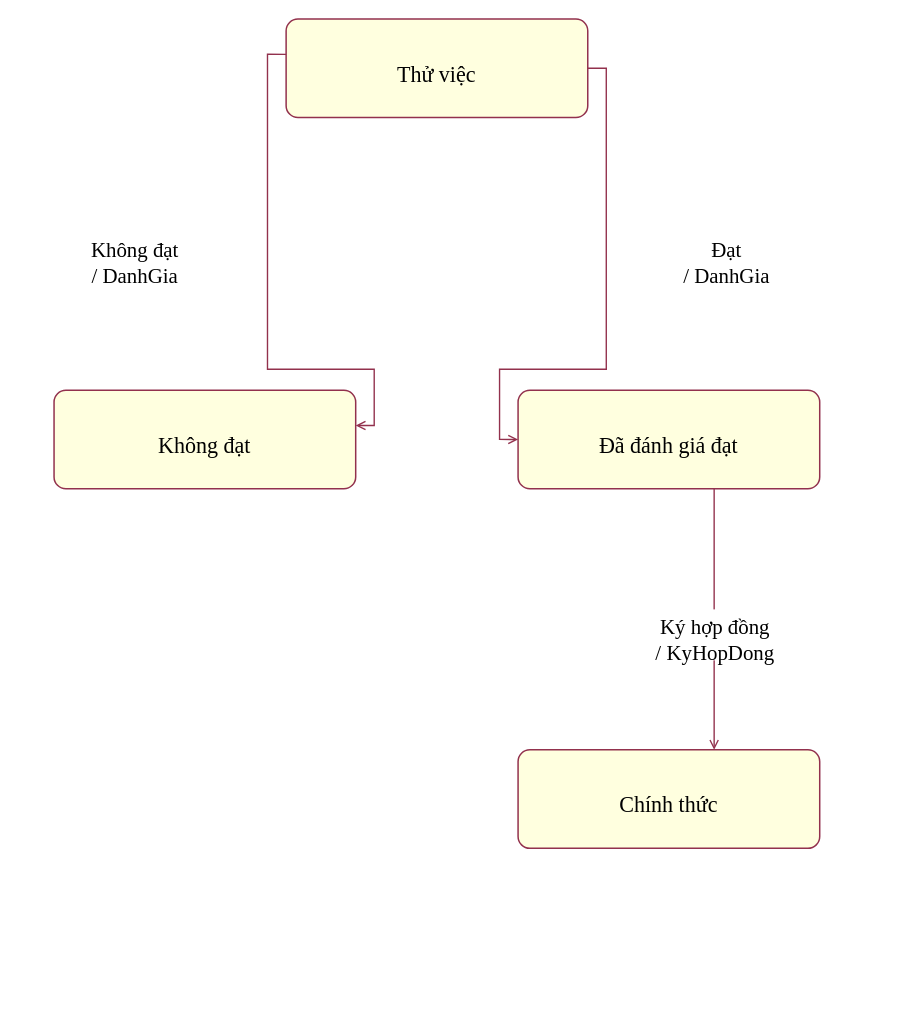
This is LAB7/UML/10_TrangThai_NhanVien.drawio from kanishere55/LAB_AT_OOSD, a draw.io file, before an edit. Source tidied: cells renumbered, new cells numbered last; positions are measured from the earlier drawing's top-left corner, leaving out a move shared by most shapes. Both pictures are drawn from the tidied source at 115%, with x=0, y=0 at pixel (54, 18).
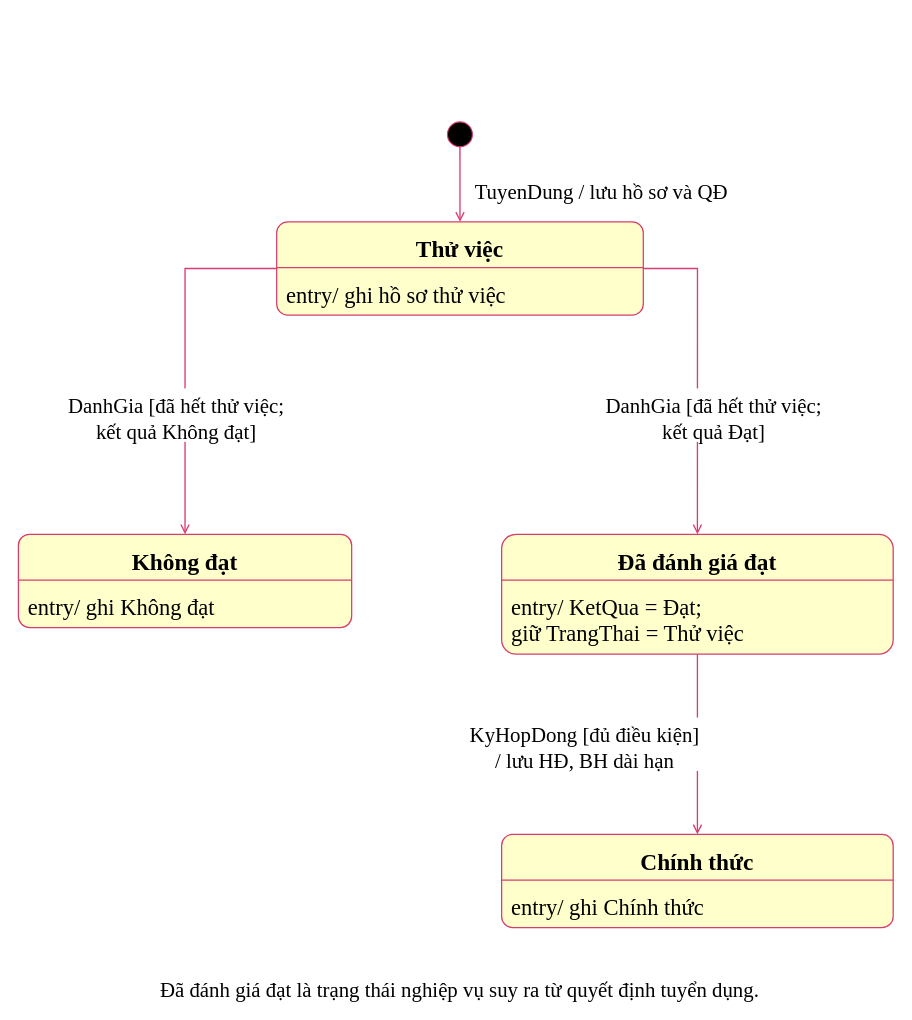
The same page after the edit.

What changed in the source:
```diff
@@
-    <mxCell id="2" style="html=0;fillColor=#ffffdf;strokeColor=#92314d;strokeWidth=1.3;fontFamily=Times New Roman;rounded=1;arcSize=12;" parent="1" vertex="1">
-      <mxGeometry x="201.3" width="262.3" height="85.7" as="geometry" />
-    </mxCell>
+    <mxCell id="16" style="group;html=0;" parent="1" vertex="1">
+      <mxGeometry x="341.6" y="89.5" width="21.7" height="21.7" as="geometry" />
+    </mxCell>
-    <mxCell id="3" value="Thử việc" style="text;html=0;strokeColor=none;fillColor=none;fontFamily=Times New Roman;fontSize=19.16625;fontStyle=0;align=center;verticalAlign=top;spacing=0;whiteSpace=nowrap;overflow=visible;" parent="1" vertex="1">
-      <mxGeometry x="285.4" y="31.8" width="93.9" height="23.4" as="geometry" />
+    <mxCell id="3" style="shape=ellipse;fillColor=#000000;strokeColor=#d83d70;" parent="16" vertex="1">
+      <mxGeometry width="21.7" height="21.7" as="geometry" />
     </mxCell>
-    <mxCell id="4" style="html=0;fillColor=#ffffdf;strokeColor=#92314d;strokeWidth=1.3;fontFamily=Times New Roman;rounded=1;arcSize=12;" parent="1" vertex="1">
-      <mxGeometry x="-0.5" y="322.8" width="262.3" height="85.7" as="geometry" />
-    </mxCell>
+    <mxCell id="17" style="group;html=0;" parent="1" vertex="1">
+      <mxGeometry x="193.1" y="176.4" width="318.8" height="81.1" as="geometry" />
+    </mxCell>
-    <mxCell id="5" value="Không đạt" style="text;html=0;strokeColor=none;fillColor=none;fontFamily=Times New Roman;fontSize=19.16625;fontStyle=0;align=center;verticalAlign=top;spacing=0;whiteSpace=nowrap;overflow=visible;" parent="1" vertex="1">
-      <mxGeometry x="78.3" y="354.6" width="104.7" height="23.4" as="geometry" />
+    <mxCell id="5" style="rounded=1;arcSize=12;html=0;fillColor=#ffffcc;strokeColor=#d83d70;strokeWidth=1.087;" parent="17" vertex="1">
+      <mxGeometry width="318.8" height="81.1" as="geometry" />
     </mxCell>
-    <mxCell id="6" style="html=0;fillColor=#ffffdf;strokeColor=#92314d;strokeWidth=1.3;fontFamily=Times New Roman;rounded=1;arcSize=12;" parent="1" vertex="1">
-      <mxGeometry x="403" y="322.8" width="262.3" height="85.7" as="geometry" />
-    </mxCell>
-    <mxCell id="7" value="Đã đánh giá đạt" style="text;html=0;strokeColor=none;fillColor=none;fontFamily=Times New Roman;fontSize=19.16625;fontStyle=0;align=center;verticalAlign=top;spacing=0;whiteSpace=nowrap;overflow=visible;" parent="1" vertex="1">
-      <mxGeometry x="449.6" y="354.6" width="169.1" height="23.4" as="geometry" />
+    <mxCell id="7" value="Thử việc" style="text;html=0;strokeColor=none;fillColor=none;fontFamily=Times New Roman;fontColor=#000000;fontSize=20.287;fontStyle=1;align=center;verticalAlign=top;spacing=0;whiteSpace=nowrap;overflow=visible;" parent="17" vertex="1">
+      <mxGeometry x="119.3" y="7.2" width="80.2" height="27.6" as="geometry" />
     </mxCell>
-    <mxCell id="8" style="html=0;fillColor=#ffffdf;strokeColor=#92314d;strokeWidth=1.3;fontFamily=Times New Roman;rounded=1;arcSize=12;" parent="1" vertex="1">
-      <mxGeometry x="403" y="635.5" width="262.3" height="85.7" as="geometry" />
-    </mxCell>
-    <mxCell id="9" value="Chính thức" style="text;html=0;strokeColor=none;fillColor=none;fontFamily=Times New Roman;fontSize=19.16625;fontStyle=0;align=center;verticalAlign=top;spacing=0;whiteSpace=nowrap;overflow=visible;" parent="1" vertex="1">
-      <mxGeometry x="476.5" y="667.3" width="115.4" height="23.4" as="geometry" />
+    <mxCell id="9" style="edgeStyle=none;noEdgeStyle=1;rounded=0;strokeColor=#d83d70;strokeWidth=1.087;endArrow=none;startArrow=none;" parent="17" edge="1">
+      <mxGeometry relative="1" as="geometry">
+        <mxPoint y="39.9" as="sourcePoint" />
+        <mxPoint x="318.8" y="39.9" as="targetPoint" />
+      </mxGeometry>
     </mxCell>
-    <mxCell id="10" style="edgeStyle=none;noEdgeStyle=1;rounded=0;strokeColor=#92314d;strokeWidth=1.2;endArrow=open;endFill=0;startArrow=none;startFill=1;exitX=0.0;exitY=0.3588235294117647;exitPerimeter=0;entryX=1.0;entryY=0.3588235294117647;entryPerimeter=0;" parent="1" edge="1" source="2" target="4">
-      <mxGeometry relative="1" as="geometry">
-        <Array as="points">
-          <mxPoint x="185.1" y="30.7" />
-          <mxPoint x="185.1" y="304.6" />
-          <mxPoint x="277.9" y="304.6" />
-          <mxPoint x="277.9" y="353.5" />
-        </Array>
-      </mxGeometry>
+    <mxCell id="10" value="entry/ ghi hồ sơ thử việc" style="text;html=0;strokeColor=none;fillColor=none;fontFamily=Times New Roman;fontColor=#000000;fontSize=19.563;fontStyle=0;align=left;verticalAlign=top;spacing=0;whiteSpace=nowrap;overflow=visible;" parent="17" vertex="1">
+      <mxGeometry x="8.7" y="47.1" width="195.4" height="26.7" as="geometry" />
     </mxCell>
+    <mxCell id="18" style="group;html=0;" parent="1" vertex="1">
+      <mxGeometry x="388.7" y="448.1" width="340.5" height="104.3" as="geometry" />
+    </mxCell>
-    <mxCell id="11" value="Không đạt&#10;/ DanhGia" style="text;html=0;strokeColor=none;fillColor=#ffffff;fontFamily=Times New Roman;fontSize=18.1575;fontStyle=0;align=center;verticalAlign=top;spacing=0;whiteSpace=nowrap;overflow=visible;" parent="1" vertex="1">
-      <mxGeometry x="20.3" y="185.6" width="99.6" height="44.3" as="geometry" />
+    <mxCell id="11" style="rounded=1;arcSize=12;html=0;fillColor=#ffffcc;strokeColor=#d83d70;strokeWidth=1.087;" parent="18" vertex="1">
+      <mxGeometry width="340.5" height="104.3" as="geometry" />
     </mxCell>
-    <mxCell id="12" style="edgeStyle=none;noEdgeStyle=1;rounded=0;strokeColor=#92314d;strokeWidth=1.2;endArrow=open;endFill=0;startArrow=none;startFill=1;exitX=1.0;exitY=0.5;exitPerimeter=0;entryX=0.0;entryY=0.5;entryPerimeter=0;" parent="1" edge="1" source="2" target="6">
-      <mxGeometry relative="1" as="geometry">
-        <Array as="points">
-          <mxPoint x="479.7" y="42.8" />
-          <mxPoint x="479.7" y="304.6" />
-          <mxPoint x="386.9" y="304.6" />
-          <mxPoint x="386.9" y="365.6" />
-        </Array>
-      </mxGeometry>
+    <mxCell id="12" value="Đã đánh giá đạt" style="text;html=0;strokeColor=none;fillColor=none;fontFamily=Times New Roman;fontColor=#000000;fontSize=20.287;fontStyle=1;align=center;verticalAlign=top;spacing=0;whiteSpace=nowrap;overflow=visible;" parent="18" vertex="1">
+      <mxGeometry x="99.2" y="7.2" width="142.2" height="27.6" as="geometry" />
     </mxCell>
-    <mxCell id="13" value="Đạt&#10;/ DanhGia" style="text;html=0;strokeColor=none;fillColor=#ffffff;fontFamily=Times New Roman;fontSize=18.1575;fontStyle=0;align=center;verticalAlign=top;spacing=0;whiteSpace=nowrap;overflow=visible;" parent="1" vertex="1">
-      <mxGeometry x="534.8" y="185.6" width="99.6" height="44.3" as="geometry" />
+    <mxCell id="13" style="edgeStyle=none;noEdgeStyle=1;rounded=0;strokeColor=#d83d70;strokeWidth=1.087;endArrow=none;startArrow=none;" parent="18" edge="1">
+      <mxGeometry relative="1" as="geometry">
+        <mxPoint y="39.9" as="sourcePoint" />
+        <mxPoint x="340.5" y="39.9" as="targetPoint" />
+      </mxGeometry>
     </mxCell>
-    <mxCell id="14" style="edgeStyle=none;noEdgeStyle=1;rounded=0;strokeColor=#92314d;strokeWidth=1.2;endArrow=open;endFill=0;startArrow=none;startFill=1;exitX=0.65;exitY=1.0;exitPerimeter=0;entryX=0.65;entryY=0.0;entryPerimeter=0;" parent="1" edge="1" source="6" target="8">
-      <mxGeometry relative="1" as="geometry" />
+    <mxCell id="14" value="entry/ KetQua = Đạt;&#10;giữ TrangThai = Thử việc" style="text;html=0;strokeColor=none;fillColor=none;fontFamily=Times New Roman;fontColor=#000000;fontSize=19.563;fontStyle=0;align=left;verticalAlign=top;spacing=0;whiteSpace=nowrap;overflow=visible;" parent="18" vertex="1">
+      <mxGeometry x="8.7" y="47.1" width="208.5" height="49.8" as="geometry" />
     </mxCell>
+    <mxCell id="19" style="group;html=0;" parent="1" vertex="1">
+      <mxGeometry x="-31.5" y="448.1" width="289.8" height="81.1" as="geometry" />
+    </mxCell>
-    <mxCell id="15" value="Ký hợp đồng&#10;/ KyHopDong" style="text;html=0;strokeColor=none;fillColor=#ffffff;fontFamily=Times New Roman;fontSize=18.1575;fontStyle=0;align=center;verticalAlign=top;spacing=0;whiteSpace=nowrap;overflow=visible;" parent="1" vertex="1">
-      <mxGeometry x="514.6" y="513.4" width="119.9" height="44.3" as="geometry" />
+    <mxCell id="15" style="rounded=1;arcSize=12;html=0;fillColor=#ffffcc;strokeColor=#d83d70;strokeWidth=1.087;" parent="19" vertex="1">
+      <mxGeometry width="289.8" height="81.1" as="geometry" />
     </mxCell>
+    <mxCell id="20" value="Không đạt" style="text;html=0;strokeColor=none;fillColor=none;fontFamily=Times New Roman;fontColor=#000000;fontSize=20.287;fontStyle=1;align=center;verticalAlign=top;spacing=0;whiteSpace=nowrap;overflow=visible;" parent="19" vertex="1">
+      <mxGeometry x="96.9" y="7.2" width="96" height="27.6" as="geometry" />
+    </mxCell>
+    <mxCell id="21" style="edgeStyle=none;noEdgeStyle=1;rounded=0;strokeColor=#d83d70;strokeWidth=1.087;endArrow=none;startArrow=none;" parent="19" edge="1">
+      <mxGeometry relative="1" as="geometry">
+        <mxPoint y="39.9" as="sourcePoint" />
+        <mxPoint x="289.8" y="39.9" as="targetPoint" />
+      </mxGeometry>
+    </mxCell>
+    <mxCell id="22" value="entry/ ghi Không đạt" style="text;html=0;strokeColor=none;fillColor=none;fontFamily=Times New Roman;fontColor=#000000;fontSize=19.563;fontStyle=0;align=left;verticalAlign=top;spacing=0;whiteSpace=nowrap;overflow=visible;" parent="19" vertex="1">
+      <mxGeometry x="8.7" y="47.1" width="166.8" height="26.7" as="geometry" />
+    </mxCell>
+    <mxCell id="23" style="group;html=0;" parent="1" vertex="1">
+      <mxGeometry x="388.7" y="709" width="340.5" height="81.1" as="geometry" />
+    </mxCell>
+    <mxCell id="24" style="rounded=1;arcSize=12;html=0;fillColor=#ffffcc;strokeColor=#d83d70;strokeWidth=1.087;" parent="23" vertex="1">
+      <mxGeometry width="340.5" height="81.1" as="geometry" />
+    </mxCell>
+    <mxCell id="25" value="Chính thức" style="text;html=0;strokeColor=none;fillColor=none;fontFamily=Times New Roman;fontColor=#000000;fontSize=20.287;fontStyle=1;align=center;verticalAlign=top;spacing=0;whiteSpace=nowrap;overflow=visible;" parent="23" vertex="1">
+      <mxGeometry x="119" y="7.2" width="102.5" height="27.6" as="geometry" />
+    </mxCell>
+    <mxCell id="26" style="edgeStyle=none;noEdgeStyle=1;rounded=0;strokeColor=#d83d70;strokeWidth=1.087;endArrow=none;startArrow=none;" parent="23" edge="1">
+      <mxGeometry relative="1" as="geometry">
+        <mxPoint y="39.9" as="sourcePoint" />
+        <mxPoint x="340.5" y="39.9" as="targetPoint" />
+      </mxGeometry>
+    </mxCell>
+    <mxCell id="27" value="entry/ ghi Chính thức" style="text;html=0;strokeColor=none;fillColor=none;fontFamily=Times New Roman;fontColor=#000000;fontSize=19.563;fontStyle=0;align=left;verticalAlign=top;spacing=0;whiteSpace=nowrap;overflow=visible;" parent="23" vertex="1">
+      <mxGeometry x="8.7" y="47.1" width="172.1" height="26.7" as="geometry" />
+    </mxCell>
+    <mxCell id="28" style="edgeStyle=none;noEdgeStyle=1;rounded=0;jumpStyle=arc;jumpSize=6;strokeColor=#d83d70;strokeWidth=1.159;endArrow=open;endFill=0;startArrow=none;startFill=1;exitX=0.5;exitY=1.0;exitPerimeter=0;entryX=0.5;entryY=0.0;entryPerimeter=0;" parent="1" edge="1" source="16" target="17">
+      <mxGeometry relative="1" as="geometry" />
+    </mxCell>
+    <mxCell id="29" value="TuyenDung / lưu hồ sơ và QĐ" style="text;html=0;strokeColor=none;fillColor=#ffffff;fontFamily=Times New Roman;fontColor=#000000;fontSize=18.114;fontStyle=0;align=center;verticalAlign=top;spacing=0;whiteSpace=nowrap;overflow=visible;" parent="1" vertex="1">
+      <mxGeometry x="363.3" y="135.1" width="224.8" height="25" as="geometry" />
+    </mxCell>
+    <mxCell id="30" style="edgeStyle=none;noEdgeStyle=1;rounded=0;jumpStyle=arc;jumpSize=6;strokeColor=#d83d70;strokeWidth=1.159;endArrow=open;endFill=0;startArrow=none;startFill=1;exitX=0.0;exitY=0.5;exitPerimeter=0;entryX=0.5;entryY=0.0;entryPerimeter=0;" parent="1" edge="1" source="17" target="19">
+      <mxGeometry relative="1" as="geometry">
+        <Array as="points">
+          <mxPoint x="113.4" y="217" />
+        </Array>
+      </mxGeometry>
+    </mxCell>
+    <mxCell id="31" value="DanhGia [đã hết thử việc;&#10;kết quả Không đạt]" style="text;html=0;strokeColor=none;fillColor=#ffffff;fontFamily=Times New Roman;fontColor=#000000;fontSize=18.114;fontStyle=0;align=center;verticalAlign=top;spacing=0;whiteSpace=nowrap;overflow=visible;" parent="1" vertex="1">
+      <mxGeometry x="10.2" y="321.3" width="191.8" height="46.4" as="geometry" />
+    </mxCell>
+    <mxCell id="32" style="edgeStyle=none;noEdgeStyle=1;rounded=0;jumpStyle=arc;jumpSize=6;strokeColor=#d83d70;strokeWidth=1.159;endArrow=open;endFill=0;startArrow=none;startFill=1;exitX=1.0;exitY=0.5;exitPerimeter=0;entryX=0.5;entryY=0.0;entryPerimeter=0;" parent="1" edge="1" source="17" target="18">
+      <mxGeometry relative="1" as="geometry">
+        <Array as="points">
+          <mxPoint x="559" y="217" />
+        </Array>
+      </mxGeometry>
+    </mxCell>
+    <mxCell id="33" value="DanhGia [đã hết thử việc;&#10;kết quả Đạt]" style="text;html=0;strokeColor=none;fillColor=#ffffff;fontFamily=Times New Roman;fontColor=#000000;fontSize=18.114;fontStyle=0;align=center;verticalAlign=top;spacing=0;whiteSpace=nowrap;overflow=visible;" parent="1" vertex="1">
+      <mxGeometry x="477.6" y="321.3" width="191.8" height="46.4" as="geometry" />
+    </mxCell>
+    <mxCell id="34" style="edgeStyle=none;noEdgeStyle=1;rounded=0;jumpStyle=arc;jumpSize=6;strokeColor=#d83d70;strokeWidth=1.159;endArrow=open;endFill=0;startArrow=none;startFill=1;exitX=0.5;exitY=1.0;exitPerimeter=0;entryX=0.5;entryY=0.0;entryPerimeter=0;" parent="1" edge="1" source="18" target="23">
+      <mxGeometry relative="1" as="geometry" />
+    </mxCell>
+    <mxCell id="35" value="KyHopDong [đủ điều kiện]&#10;/ lưu HĐ, BH dài hạn" style="text;html=0;strokeColor=none;fillColor=#ffffff;fontFamily=Times New Roman;fontColor=#000000;fontSize=18.114;fontStyle=0;align=center;verticalAlign=top;spacing=0;whiteSpace=nowrap;overflow=visible;" parent="1" vertex="1">
+      <mxGeometry x="359.3" y="607.5" width="203.8" height="46.4" as="geometry" />
+    </mxCell>
+    <mxCell id="36" value="Đã đánh giá đạt là trạng thái nghiệp vụ suy ra từ quyết định tuyển dụng." style="text;html=0;strokeColor=none;fillColor=none;fontFamily=Times New Roman;fontColor=#000000;fontSize=18.114;fontStyle=0;align=center;verticalAlign=top;spacing=0;whiteSpace=nowrap;overflow=visible;" parent="1" vertex="1">
+      <mxGeometry x="90.1" y="828.5" width="524.8" height="25" as="geometry" />
+    </mxCell>
```
